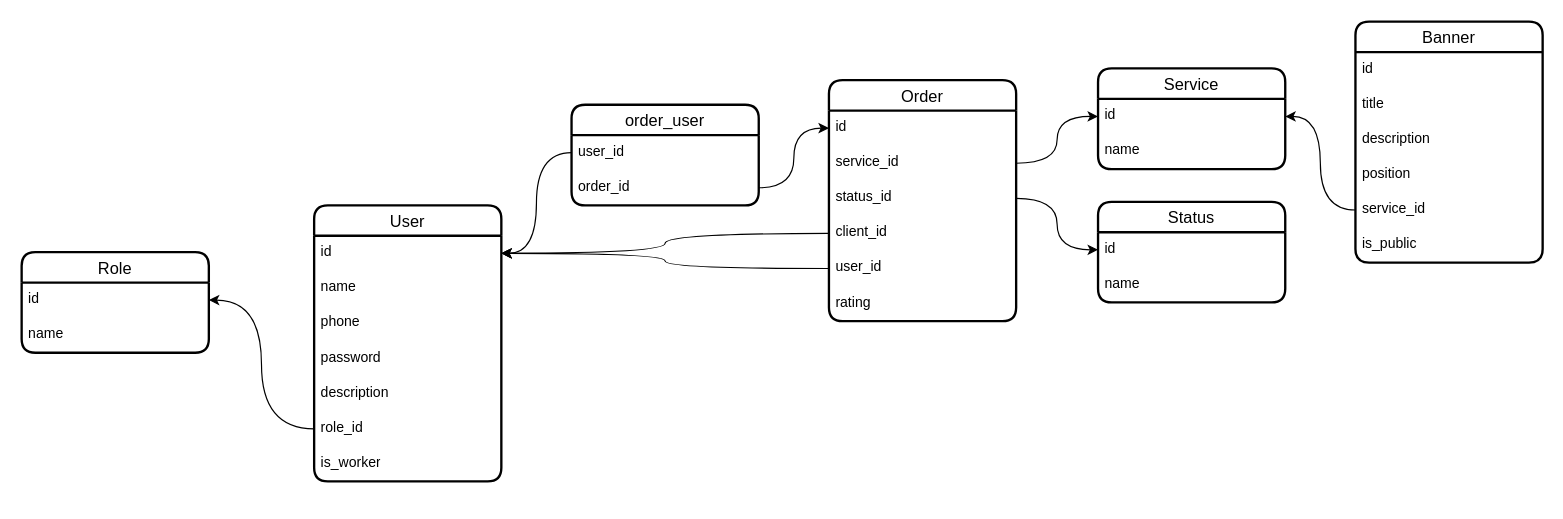
Above: santex.drawio in iztileuoff/databases (draw.io), before the change. Source tidied: cells renumbered, new cells numbered last; positions are measured from the earlier drawing's top-left corner, leaving out a move shared by most shapes. Both pictures are drawn from the tidied source at 117%, with x=0, y=0 at pixel (21, 21).
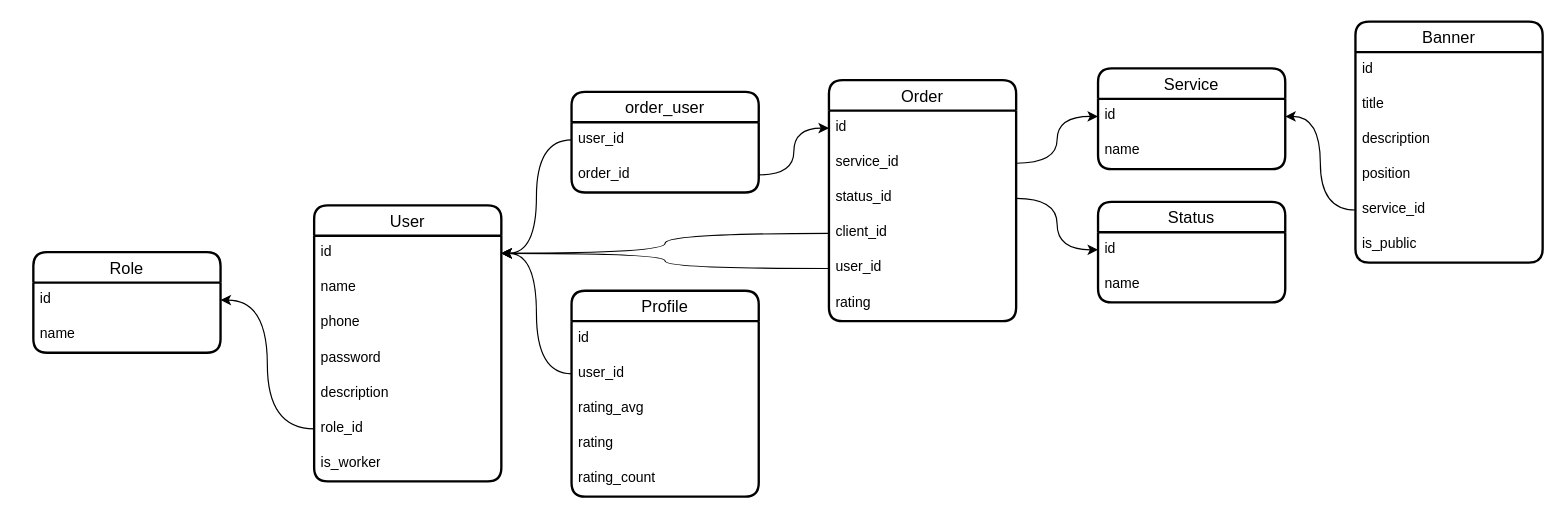
The same page after the edit.

The change refers to these unchanged cells:
```xml
<mxCell id="3" value="id" style="text;strokeColor=none;fillColor=none;spacingLeft=4;spacingRight=4;overflow=hidden;points=[[0,0.5],[1,0.5]];portConstraint=eastwest;fontSize=12;whiteSpace=wrap;html=1;" parent="2" vertex="1">
  <mxGeometry y="26" width="160" height="30" as="geometry" />
</mxCell>
```

The edit, as a diff of the source:
```diff
@@
     <mxCell id="10" value="Role" style="swimlane;fontStyle=0;horizontal=1;startSize=26;align=center;fontSize=14;strokeWidth=2;rounded=1;shadow=0;glass=0;swimlaneLine=1;" parent="1" vertex="1">
-      <mxGeometry y="197" width="160" height="86" as="geometry" />
+      <mxGeometry x="10" y="197" width="160" height="86" as="geometry" />
     </mxCell>
@@
     <mxCell id="27" value="order_user" style="swimlane;fontStyle=0;horizontal=1;startSize=26;align=center;fontSize=14;strokeWidth=2;rounded=1;shadow=0;glass=0;swimlaneLine=1;" parent="1" vertex="1">
-      <mxGeometry x="470" y="71" width="160" height="86" as="geometry" />
+      <mxGeometry x="470" y="60" width="160" height="86" as="geometry" />
     </mxCell>
@@
+    <mxCell id="44" value="Profile" style="swimlane;fontStyle=0;horizontal=1;startSize=26;align=center;fontSize=14;strokeWidth=2;rounded=1;shadow=0;glass=0;swimlaneLine=1;" parent="1" vertex="1">
+      <mxGeometry x="470" y="230" width="160" height="176" as="geometry" />
+    </mxCell>
+    <mxCell id="45" value="id" style="text;strokeColor=none;fillColor=none;spacingLeft=4;spacingRight=4;overflow=hidden;fontSize=12;whiteSpace=wrap;html=1;" parent="44" vertex="1">
+      <mxGeometry y="26" width="160" height="30" as="geometry" />
+    </mxCell>
+    <mxCell id="46" value="user_id" style="text;strokeColor=none;fillColor=none;spacingLeft=4;spacingRight=4;overflow=hidden;points=[[0,0.5],[1,0.5]];portConstraint=eastwest;fontSize=12;whiteSpace=wrap;html=1;" parent="44" vertex="1">
+      <mxGeometry y="56" width="160" height="30" as="geometry" />
+    </mxCell>
+    <mxCell id="47" value="rating_avg" style="text;strokeColor=none;fillColor=none;spacingLeft=4;spacingRight=4;overflow=hidden;fontSize=12;whiteSpace=wrap;html=1;" parent="44" vertex="1">
+      <mxGeometry y="86" width="160" height="30" as="geometry" />
+    </mxCell>
+    <mxCell id="48" value="rating" style="text;strokeColor=none;fillColor=none;spacingLeft=4;spacingRight=4;overflow=hidden;fontSize=12;whiteSpace=wrap;html=1;" parent="44" vertex="1">
+      <mxGeometry y="116" width="160" height="30" as="geometry" />
+    </mxCell>
+    <mxCell id="49" value="rating_count" style="text;strokeColor=none;fillColor=none;spacingLeft=4;spacingRight=4;overflow=hidden;fontSize=12;whiteSpace=wrap;html=1;" parent="44" vertex="1">
+      <mxGeometry y="146" width="160" height="30" as="geometry" />
+    </mxCell>
+    <mxCell id="50" style="edgeStyle=orthogonalEdgeStyle;rounded=0;jettySize=auto;html=1;entryX=1;entryY=0.5;entryDx=0;entryDy=0;curved=1;" parent="1" edge="1" source="46" target="3">
+      <mxGeometry relative="1" as="geometry" />
+    </mxCell>
```
